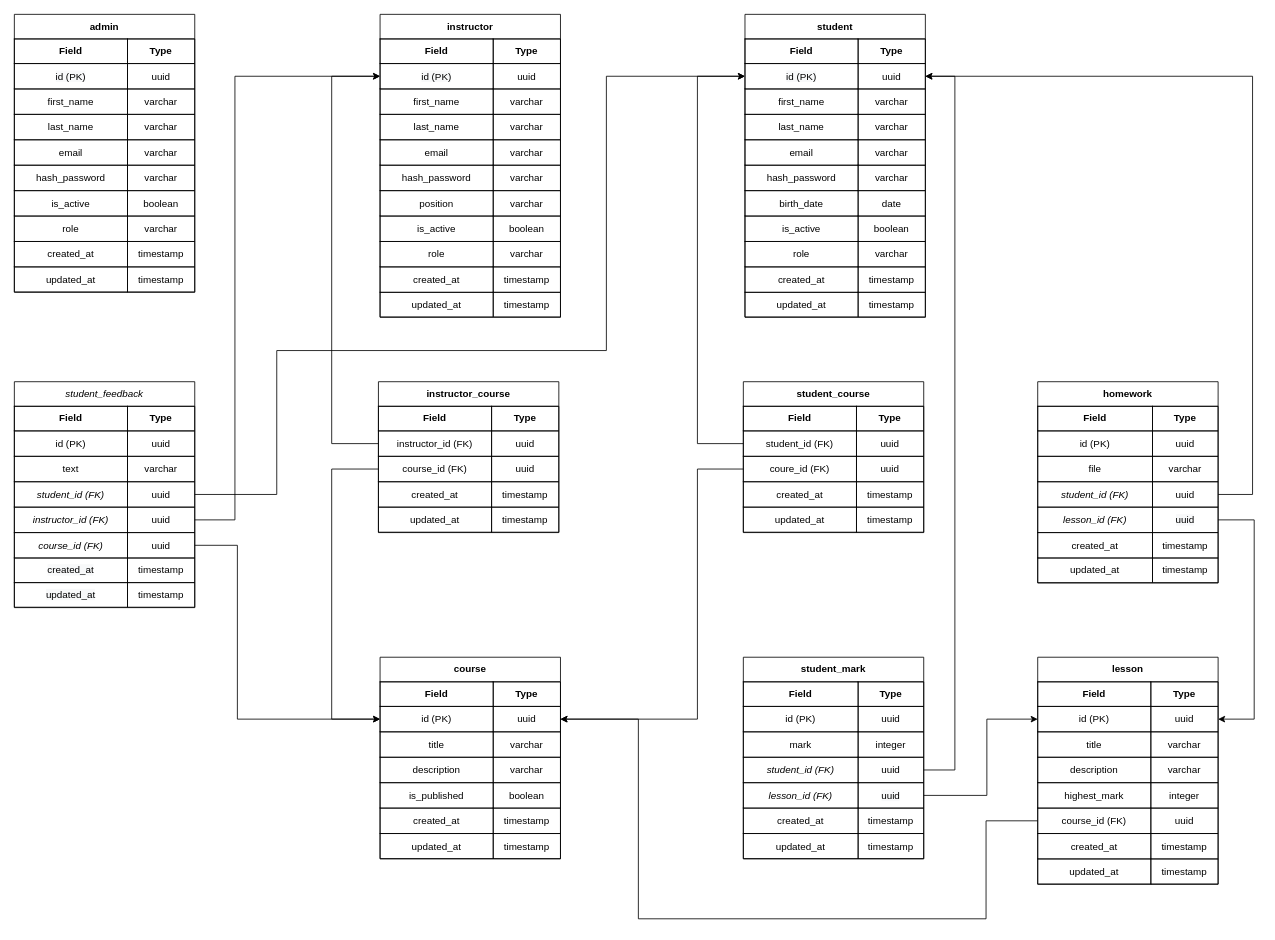
Earlier version of the draw.io diagram tables.drawio (PashaShevchuk/diagrams). Source tidied: cells renumbered, new cells numbered last; positions are measured from the earlier drawing's top-left corner, leaving out a move shared by most shapes. Both pictures are drawn from the tidied source at 82%, with x=0, y=0 at pixel (14, 14).
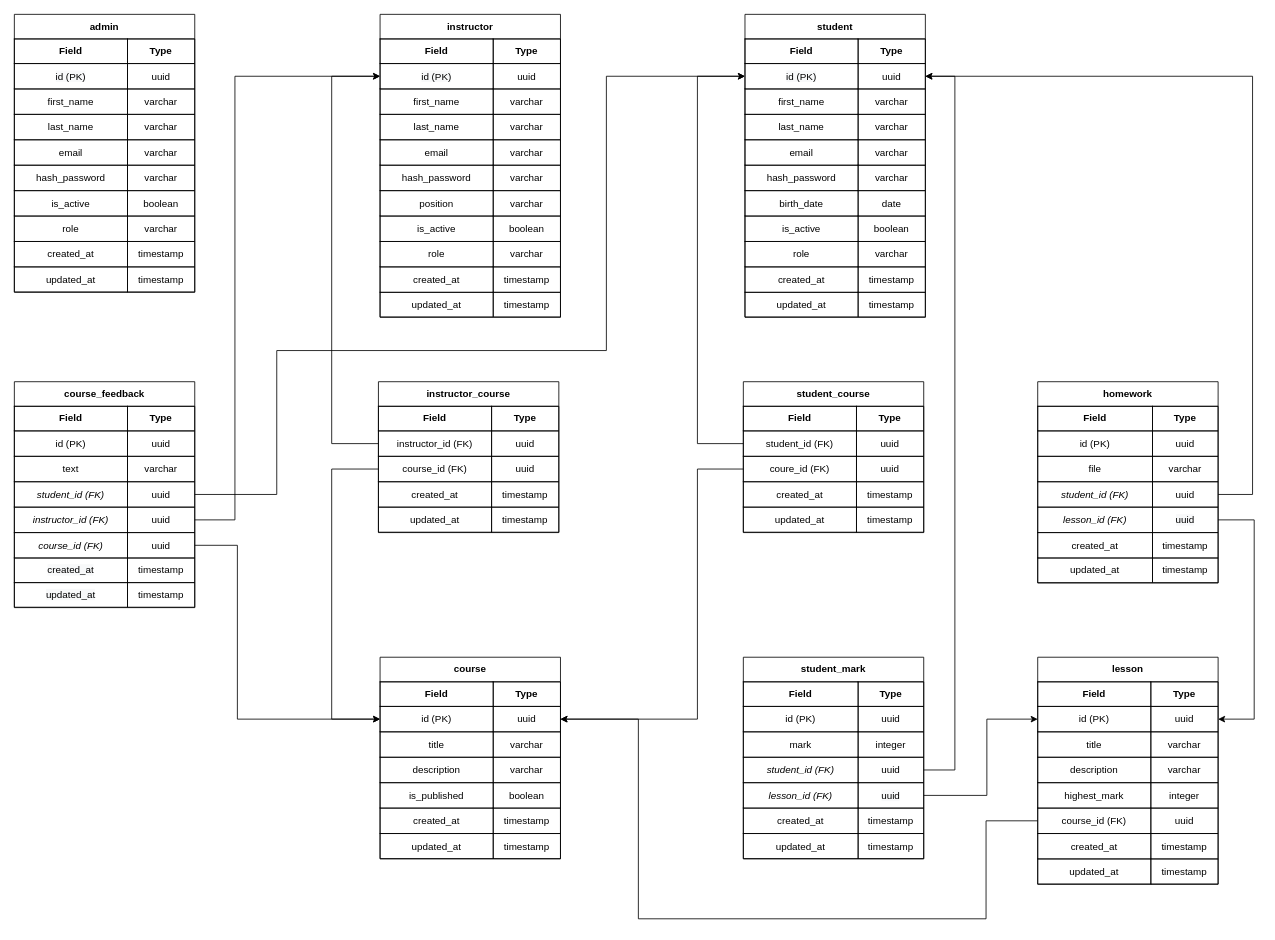
After the change.

Change to the diagram source:
```diff
@@
-    <mxCell id="156" value="student_feedback" style="swimlane;startSize=30;html=1;whiteSpace=wrap;childLayout=tableLayout;fontStyle=2;" parent="1" vertex="1">
+    <mxCell id="156" value="&lt;span style=&quot;font-style: normal;&quot;&gt;&lt;b&gt;course_feedback&lt;/b&gt;&lt;/span&gt;" style="swimlane;startSize=30;html=1;whiteSpace=wrap;childLayout=tableLayout;fontStyle=2;" parent="1" vertex="1">
       <mxGeometry y="448" width="220" height="275.5" as="geometry" />
     </mxCell>
```
